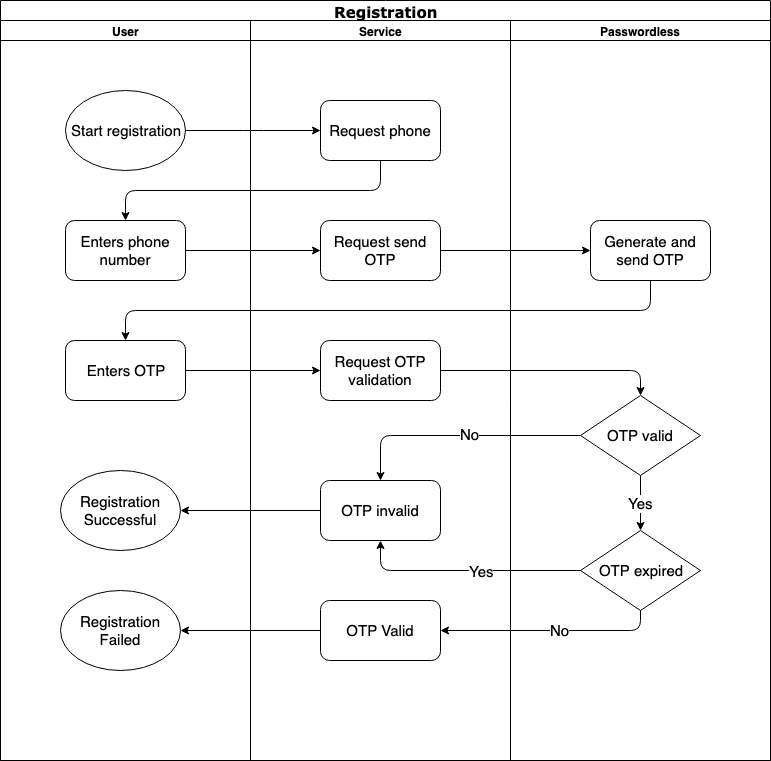
Earlier version of the draw.io export docs/images/Registration.png (maximthomas/passwordless). Source tidied: cells renumbered, new cells last; positions are measured from the earlier drawing's top-left corner, leaving out a move shared by most shapes.
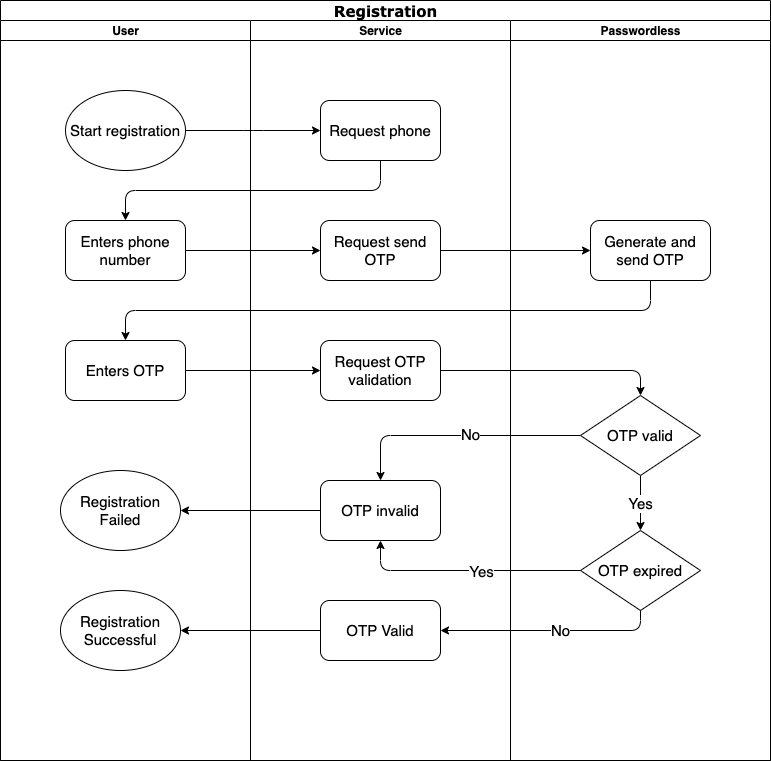
Above is the later version.

What changed in the source:
```diff
@@ -14,20 +14,20 @@
     <mxCell id="5" value="Enters OTP" style="rounded=1;whiteSpace=wrap;html=1;fontSize=15;" parent="3" vertex="1">
       <mxGeometry x="65" y="320" width="120" height="60" as="geometry" />
     </mxCell>
-    <mxCell id="6" style="edgeStyle=segmentEdgeStyle;endArrow=classic;html=1;fontSize=15;exitX=0;exitY=0.5;exitDx=0;exitDy=0;" parent="3" edge="1" source="14">
-      <mxGeometry relative="1" as="geometry">
-        <mxPoint x="180" y="490" as="targetPoint" />
-      </mxGeometry>
-    </mxCell>
+    <mxCell id="35" style="edgeStyle=segmentEdgeStyle;endArrow=classic;html=1;fontSize=15;exitX=0;exitY=0.5;exitDx=0;exitDy=0;" parent="3" edge="1" source="14">
+      <mxGeometry relative="1" as="geometry">
+        <mxPoint x="180" y="490" as="targetPoint" />
+      </mxGeometry>
+    </mxCell>
     <mxCell id="7" value="Start registration" style="ellipse;whiteSpace=wrap;html=1;fontSize=15;" parent="3" vertex="1">
       <mxGeometry x="65" y="70" width="120" height="80" as="geometry" />
     </mxCell>
+    <mxCell id="9" value="Registration Failed" style="ellipse;whiteSpace=wrap;html=1;fontSize=15;" parent="3" vertex="1">
+      <mxGeometry x="60" y="450" width="120" height="80" as="geometry" />
+    </mxCell>
     <mxCell id="8" value="Registration Successful" style="ellipse;whiteSpace=wrap;html=1;fontSize=15;" parent="3" vertex="1">
-      <mxGeometry x="60" y="450" width="120" height="80" as="geometry" />
+      <mxGeometry x="60" y="570" width="120" height="80" as="geometry" />
     </mxCell>
-    <mxCell id="9" value="Registration Failed" style="ellipse;whiteSpace=wrap;html=1;fontSize=15;" parent="3" vertex="1">
-      <mxGeometry x="60" y="570" width="120" height="80" as="geometry" />
-    </mxCell>
     <mxCell id="10" value="Service" style="swimlane;html=1;startSize=20;" parent="2" vertex="1">
       <mxGeometry x="250" y="20" width="260" height="740" as="geometry" />
     </mxCell>
@@ -46,11 +46,11 @@
     <mxCell id="15" value="OTP Valid" style="rounded=1;whiteSpace=wrap;html=1;fontSize=15;" parent="10" vertex="1">
       <mxGeometry x="70" y="580" width="120" height="60" as="geometry" />
     </mxCell>
-    <mxCell id="16" style="edgeStyle=elbowEdgeStyle;elbow=horizontal;endArrow=classic;html=1;fontSize=15;exitX=1;exitY=0.5;exitDx=0;exitDy=0;entryX=0;entryY=0.5;entryDx=0;entryDy=0;" parent="2" edge="1" target="11">
-      <mxGeometry relative="1" as="geometry">
-        <mxPoint x="185" y="130" as="sourcePoint" />
-      </mxGeometry>
-    </mxCell>
+    <mxCell id="36" style="edgeStyle=elbowEdgeStyle;elbow=horizontal;endArrow=classic;html=1;fontSize=15;exitX=1;exitY=0.5;exitDx=0;exitDy=0;entryX=0;entryY=0.5;entryDx=0;entryDy=0;" parent="2" edge="1" target="11">
+      <mxGeometry relative="1" as="geometry">
+        <mxPoint x="185" y="130" as="sourcePoint" />
+      </mxGeometry>
+    </mxCell>
     <mxCell id="17" style="edgeStyle=elbowEdgeStyle;elbow=vertical;endArrow=classic;html=1;fontSize=15;exitX=0.5;exitY=1;exitDx=0;exitDy=0;entryX=0.5;entryY=0;entryDx=0;entryDy=0;" parent="2" edge="1" source="11" target="4">
       <mxGeometry relative="1" as="geometry" />
     </mxCell>
@@ -87,9 +87,9 @@
     <mxCell id="28" style="edgeStyle=segmentEdgeStyle;endArrow=classic;html=1;fontSize=15;exitX=0;exitY=0.5;exitDx=0;exitDy=0;entryX=0.5;entryY=0;entryDx=0;entryDy=0;" parent="2" edge="1" source="26" target="14">
       <mxGeometry relative="1" as="geometry" />
     </mxCell>
-    <mxCell id="29" value="No" style="text;html=1;align=center;verticalAlign=middle;labelBackgroundColor=#ffffff;fontSize=15;" parent="28" vertex="1">
-      <mxGeometry x="-0.09" y="-2" relative="1" as="geometry" />
-    </mxCell>
+    <mxCell id="37" value="No" style="text;html=1;align=center;verticalAlign=middle;labelBackgroundColor=#ffffff;fontSize=15;" parent="28" vertex="1">
+      <mxGeometry x="-0.09" y="-2" relative="1" as="geometry" />
+    </mxCell>
     <mxCell id="30" style="edgeStyle=elbowEdgeStyle;elbow=vertical;endArrow=classic;html=1;fontSize=15;exitX=0;exitY=0.5;exitDx=0;exitDy=0;entryX=0.5;entryY=1;entryDx=0;entryDy=0;" parent="2" edge="1" source="27" target="14">
       <mxGeometry relative="1" as="geometry">
         <Array as="points">
@@ -107,11 +107,11 @@
         </Array>
       </mxGeometry>
     </mxCell>
-    <mxCell id="33" value="No" style="text;html=1;align=center;verticalAlign=middle;labelBackgroundColor=#ffffff;fontSize=15;" parent="32" vertex="1">
-      <mxGeometry x="-0.08" y="-1" relative="1" as="geometry" />
-    </mxCell>
-    <mxCell id="34" style="edgeStyle=orthogonalEdgeStyle;rounded=0;jettySize=auto;html=1;fontSize=15;entryX=1;entryY=0.5;entryDx=0;entryDy=0;" parent="2" edge="1" source="15" target="9">
-      <mxGeometry relative="1" as="geometry" />
-    </mxCell>
+    <mxCell id="38" value="No" style="text;html=1;align=center;verticalAlign=middle;labelBackgroundColor=#ffffff;fontSize=15;" parent="32" vertex="1">
+      <mxGeometry x="-0.08" y="-1" relative="1" as="geometry" />
+    </mxCell>
+    <mxCell id="39" style="edgeStyle=orthogonalEdgeStyle;rounded=0;jettySize=auto;html=1;fontSize=15;entryX=1;entryY=0.5;entryDx=0;entryDy=0;" parent="2" edge="1" source="15" target="8">
+      <mxGeometry relative="1" as="geometry" />
+    </mxCell>
   </root>
 </mxGraphModel>
```
